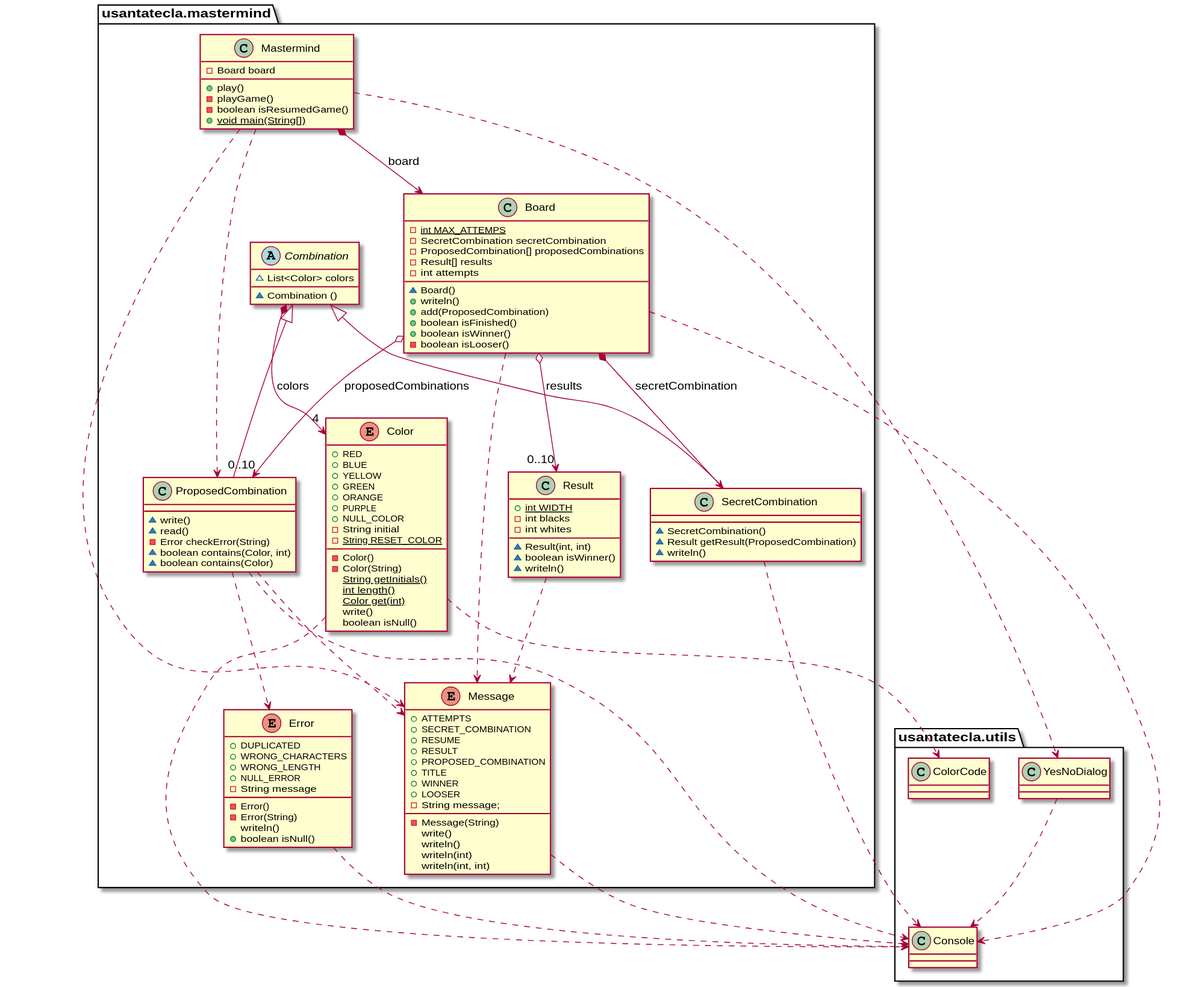
Above: domainModel/docs/diagrams/out/paquetes/mastermind.svg in SantaTecla-mastermind/solution.java.swing.socket.sql (PlantUML), before the change.
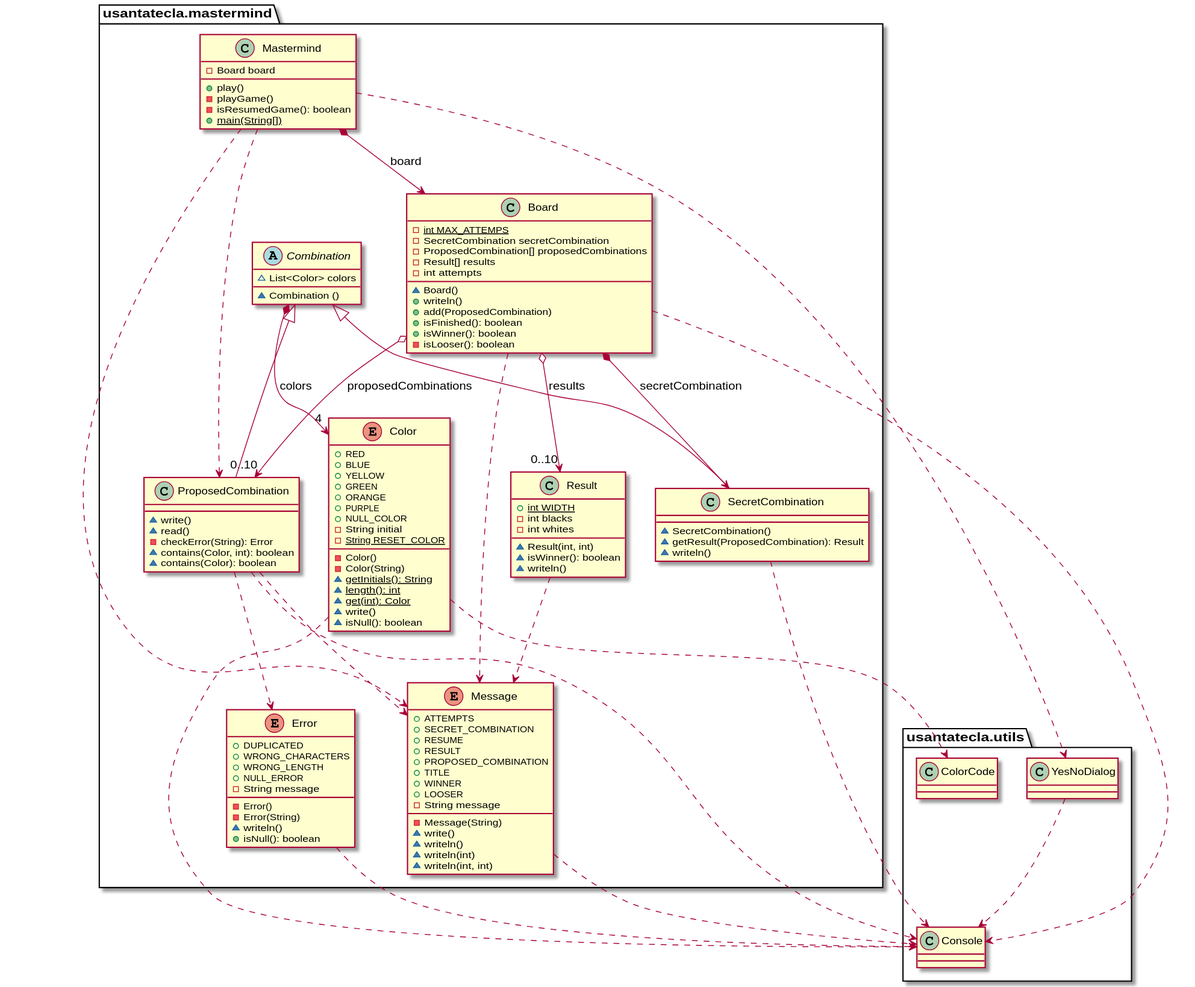
After the change.

Commit message:
DomainModel diagrams updated #1

The edit, as a diff of the source:
```diff
@@ -4,8 +4,8 @@
 	- Board board
 	+ play()
 	- playGame()
-	- boolean isResumedGame()
-	+ {static} void main(String[])
+	- isResumedGame(): boolean
+	+ {static} main(String[])
 }
 
 
@@ -18,9 +18,9 @@
   ~ Board()
   + writeln()
   + add(ProposedCombination)
-  + boolean isFinished()
-  + boolean isWinner()
-  - boolean isLooser()
+  + isFinished(): boolean
+  + isWinner(): boolean
+  - isLooser(): boolean
 }
 
 abstract class Combination {
@@ -30,16 +30,16 @@
 
 class SecretCombination {
 	~ SecretCombination()
-	~ Result getResult(ProposedCombination)
+	~ getResult(ProposedCombination): Result
 	~ writeln()
 }
 
 class ProposedCombination {
 	~write()
 	~read()
-	- Error checkError(String)
-	~ boolean contains(Color, int)
-	~ boolean contains(Color)
+	- checkError(String): Error
+	~ contains(Color, int): boolean
+	~ contains(Color): boolean
 }
 
 class Result{
@@ -47,7 +47,7 @@
 	- int blacks
 	- int whites
 	~ Result(int, int)
-	~ boolean isWinner()
+	~ isWinner(): boolean
 	~ writeln()
 }
 
@@ -63,11 +63,11 @@
 	- {static} String RESET_COLOR
 	- Color()
 	- Color(String)
-	{static} String getInitials()
-	{static} int length()
-	{static} Color get(int)
-	write()
-	boolean isNull()
+	~ {static} getInitials(): String
+	~ {static} length(): int
+	~ {static} get(int): Color
+	~ write()
+	~ isNull(): boolean
 }
 
 enum Error {
@@ -78,8 +78,8 @@
 	- String message
 	- Error()
 	- Error(String)
-	writeln()
-	+ boolean isNull()
+	~ writeln()
+	+ isNull(): boolean
 }
 
 enum Message {
@@ -91,12 +91,12 @@
 	+ TITLE
 	+ WINNER
 	+ LOOSER
-	- String message;
+	- String message
 	- Message(String)
-	write()
-	writeln()
-	writeln(int)
-	writeln(int, int)
+	~ write()
+	~ writeln()
+	~ writeln(int)
+	~ writeln(int, int)
 }
 
 
```
